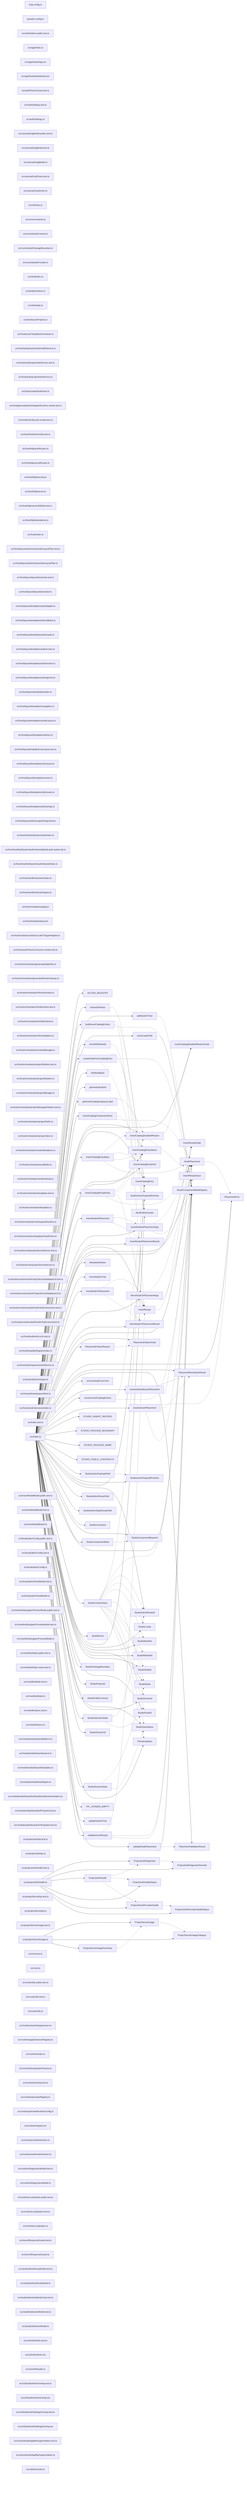
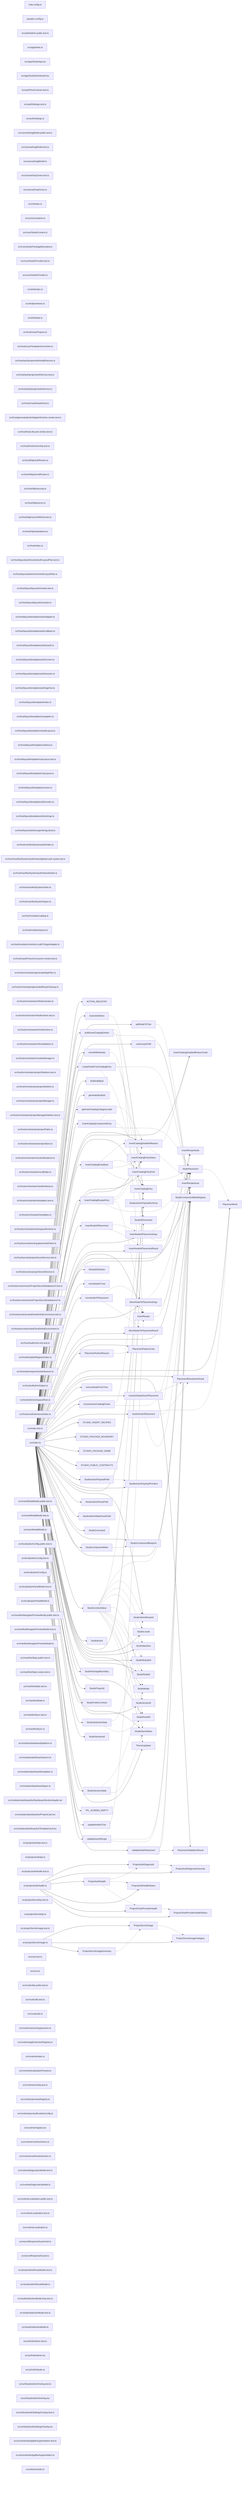
graph LR
  module_knip_config_ts["knip.config.ts"]
  module_paradox_config_ts["paradox.config.ts"]
  module_src_ankhAdmin_public_test_ts["src/ankhAdmin.public.test.ts"]
  module_src_app_index_ts["src/app/index.ts"]
  module_src_app_StudioApp_tsx["src/app/StudioApp.tsx"]
  module_src_app_StudioDashboard_tsx["src/app/StudioDashboard.tsx"]
  module_src_authFlowContract_test_ts["src/authFlowContract.test.ts"]
  module_src_authSettings_test_ts["src/authSettings.test.ts"]
  module_src_authSettings_ts["src/authSettings.ts"]
  module_src_canvasDragModel_public_test_ts["src/canvasDragModel.public.test.ts"]
  module_src_canvasDragModel_test_ts["src/canvasDragModel.test.ts"]
  module_src_canvasDragModel_ts["src/canvasDragModel.ts"]
  module_src_canvasDropZones_test_ts["src/canvasDropZones.test.ts"]
  module_src_canvasDropZones_ts["src/canvasDropZones.ts"]
  module_src_cli_index_ts["src/cli/index.ts"]
  module_src_core_constants_ts["src/core/constants.ts"]
  module_src_core_StudioContext_ts["src/core/StudioContext.ts"]
  module_src_core_studioPackageBoundary_ts["src/core/studioPackageBoundary.ts"]
+   module_src_core_StudioProvider_test_ts["src/core/StudioProvider.test.ts"]
  module_src_core_StudioProvider_ts["src/core/StudioProvider.ts"]
  module_src_dnd_index_ts["src/dnd/index.ts"]
  module_src_dnd_primitives_ts["src/dnd/primitives.ts"]
  module_src_dnd_state_ts["src/dnd/state.ts"]
  module_src_hooks_useProjects_ts["src/hooks/useProjects.ts"]
  module_src_hooks_useTemplateSummaries_ts["src/hooks/useTemplateSummaries.ts"]
  module_src_host_auth_projectAuthHealthService_ts["src/host/auth/projectAuthHealthService.ts"]
  module_src_host_auth_projectAuthService_test_ts["src/host/auth/projectAuthService.test.ts"]
  module_src_host_auth_projectAuthService_ts["src/host/auth/projectAuthService.ts"]
  module_src_host_createStudioHost_ts["src/host/createStudioHost.ts"]
  module_src_host_generatedAuthAdapterRuntime_smoke_test_ts["src/host/generatedAuthAdapterRuntime.smoke.test.ts"]
  module_src_host_hostLifecycle_smoke_test_ts["src/host/hostLifecycle.smoke.test.ts"]
  module_src_host_hostOwnership_test_ts["src/host/hostOwnership.test.ts"]
  module_src_host_http_authRoutes_ts["src/host/http/authRoutes.ts"]
  module_src_host_http_secretRoutes_ts["src/host/http/secretRoutes.ts"]
  module_src_host_http_security_ts["src/host/http/security.ts"]
  module_src_host_http_server_ts["src/host/http/server.ts"]
  module_src_host_http_serverWithSecrets_ts["src/host/http/serverWithSecrets.ts"]
  module_src_host_http_standalone_ts["src/host/http/standalone.ts"]
  module_src_host_index_ts["src/host/index.ts"]
  module_src_host_layout_auth_resolveAuthLayoutPlan_test_ts["src/host/layout/auth/resolveAuthLayoutPlan.test.ts"]
  module_src_host_layout_auth_resolveAuthLayoutPlan_ts["src/host/layout/auth/resolveAuthLayoutPlan.ts"]
  module_src_host_layout_layoutGenerator_test_ts["src/host/layout/layoutGenerator.test.ts"]
  module_src_host_layout_layoutGenerator_ts["src/host/layout/layoutGenerator.ts"]
  module_src_host_layout_templates_auth_adapter_ts["src/host/layout/templates/auth/adapter.ts"]
  module_src_host_layout_templates_auth_callback_ts["src/host/layout/templates/auth/callback.ts"]
  module_src_host_layout_templates_auth_oauth_ts["src/host/layout/templates/auth/oauth.ts"]
  module_src_host_layout_templates_auth_screen_ts["src/host/layout/templates/auth/screen.ts"]
  module_src_host_layout_templates_auth_session_ts["src/host/layout/templates/auth/session.ts"]
  module_src_host_layout_templates_auth_signOut_ts["src/host/layout/templates/auth/signOut.ts"]
  module_src_host_layout_templates_index_ts["src/host/layout/templates/index.ts"]
  module_src_host_layout_templates_navigation_ts["src/host/layout/templates/navigation.ts"]
  module_src_host_layout_templates_nestedLayout_ts["src/host/layout/templates/nestedLayout.ts"]
  module_src_host_layout_templates_redirect_ts["src/host/layout/templates/redirect.ts"]
  module_src_host_layout_templates_rootLayout_test_ts["src/host/layout/templates/rootLayout.test.ts"]
  module_src_host_layout_templates_rootLayout_ts["src/host/layout/templates/rootLayout.ts"]
  module_src_host_layout_templates_screen_ts["src/host/layout/templates/screen.ts"]
  module_src_host_layout_templates_utils_routes_ts["src/host/layout/templates/utils/routes.ts"]
  module_src_host_layout_templates_utils_strings_ts["src/host/layout/templates/utils/strings.ts"]
  module_src_host_layout_utils_escapeStringLiteral_ts["src/host/layout/utils/escapeStringLiteral.ts"]
  module_src_host_manifestSystem_auth_index_ts["src/host/manifestSystem/auth/index.ts"]
  module_src_host_manifestSystem_auth_shared_global_auth_system_tpl_ts["src/host/manifestSystem/auth/shared/global.auth.system.tpl.ts"]
  module_src_host_manifestSystem_auth_shared_index_ts["src/host/manifestSystem/auth/shared/index.ts"]
  module_src_host_manifestSystem_index_ts["src/host/manifestSystem/index.ts"]
  module_src_host_manifestSystem_types_ts["src/host/manifestSystem/types.ts"]
  module_src_host_modules_catalog_ts["src/host/modules/catalog.ts"]
  module_src_host_modules_layout_ts["src/host/modules/layout.ts"]
  module_src_host_modules_runtime_LocalFsTargetAdapter_ts["src/host/modules/runtime/LocalFsTargetAdapter.ts"]
  module_src_host_oauthFixtureConsumer_smoke_test_ts["src/host/oauthFixtureConsumer.smoke.test.ts"]
  module_src_host_orchestrator_generatedAppFiles_ts["src/host/orchestrator/generatedAppFiles.ts"]
  module_src_host_orchestrator_generatedRouteCleanup_ts["src/host/orchestrator/generatedRouteCleanup.ts"]
  module_src_host_orchestrator_infraGenerator_ts["src/host/orchestrator/infraGenerator.ts"]
  module_src_host_orchestrator_infraRuntime_test_ts["src/host/orchestrator/infraRuntime.test.ts"]
  module_src_host_orchestrator_infraRuntime_ts["src/host/orchestrator/infraRuntime.ts"]
  module_src_host_orchestrator_infraValidation_ts["src/host/orchestrator/infraValidation.ts"]
  module_src_host_orchestrator_moduleManager_ts["src/host/orchestrator/moduleManager.ts"]
  module_src_host_orchestrator_projectDeletion_test_ts["src/host/orchestrator/projectDeletion.test.ts"]
  module_src_host_orchestrator_projectDeletion_ts["src/host/orchestrator/projectDeletion.ts"]
  module_src_host_orchestrator_projectManager_ts["src/host/orchestrator/projectManager.ts"]
  module_src_host_orchestrator_projectManagerDeletion_test_ts["src/host/orchestrator/projectManagerDeletion.test.ts"]
  module_src_host_orchestrator_projectPaths_ts["src/host/orchestrator/projectPaths.ts"]
  module_src_host_orchestrator_projectStore_ts["src/host/orchestrator/projectStore.ts"]
  module_src_host_orchestrator_resolveMutations_ts["src/host/orchestrator/resolveMutations.ts"]
  module_src_host_orchestrator_scaffolder_ts["src/host/orchestrator/scaffolder.ts"]
  module_src_host_orchestrator_studioInfraUp_ts["src/host/orchestrator/studioInfraUp.ts"]
  module_src_host_orchestrator_templates_test_ts["src/host/orchestrator/templates.test.ts"]
  module_src_host_orchestrator_templates_ts["src/host/orchestrator/templates.ts"]
  module_src_host_orchestrator_workspaceRuntime_ts["src/host/orchestrator/workspaceRuntime.ts"]
  module_src_host_secrets_bunSupabaseVaultClient_ts["src/host/secrets/bunSupabaseVaultClient.ts"]
  module_src_host_secrets_projectSecretService_test_ts["src/host/secrets/projectSecretService.test.ts"]
  module_src_host_secrets_projectSecretService_ts["src/host/secrets/projectSecretService.ts"]
  module_src_host_secrets_resolveProjectSecretDatabaseUrl_test_ts["src/host/secrets/resolveProjectSecretDatabaseUrl.test.ts"]
  module_src_host_secrets_resolveProjectSecretDatabaseUrl_ts["src/host/secrets/resolveProjectSecretDatabaseUrl.ts"]
  module_src_host_secrets_trustedOAuthInfraEnvironment_test_ts["src/host/secrets/trustedOAuthInfraEnvironment.test.ts"]
  module_src_host_secrets_trustedOAuthInfraEnvironment_ts["src/host/secrets/trustedOAuthInfraEnvironment.ts"]
  module_src_host_studioInfra_e2e_test_ts["src/host/studioInfra.e2e.test.ts"]
  module_src_host_templateRegistry_index_ts["src/host/templateRegistry/index.ts"]
  module_src_host_utils_requirementsInference_ts["src/host/utils/requirementsInference.ts"]
  module_src_host_utils_trimOutput_ts["src/host/utils/trimOutput.ts"]
  module_src_host_utils_workspaceRoot_ts["src/host/utils/workspaceRoot.ts"]
  module_src_host_zoraExtensions_index_ts["src/host/zoraExtensions/index.ts"]
  module_src_index_test_ts["src/index.test.ts"]
  module_src_index_ts["src/index.ts"]
  module_src_insertModalModel_public_test_ts["src/insertModalModel.public.test.ts"]
  module_src_insertModalModel_test_ts["src/insertModalModel.test.ts"]
  module_src_insertModalModel_ts["src/insertModalModel.ts"]
  module_src_localizationConfig_public_test_ts["src/localizationConfig.public.test.ts"]
  module_src_localizationConfig_test_ts["src/localizationConfig.test.ts"]
  module_src_localizationConfig_ts["src/localizationConfig.ts"]
  module_src_localizationPanelModel_test_ts["src/localizationPanelModel.test.ts"]
  module_src_localizationPanelModel_ts["src/localizationPanelModel.ts"]
  module_src_manifestNavigatorPreviewModel_public_test_ts["src/manifestNavigatorPreviewModel.public.test.ts"]
  module_src_manifestNavigatorPreviewModel_test_ts["src/manifestNavigatorPreviewModel.test.ts"]
  module_src_manifestNavigatorPreviewModel_ts["src/manifestNavigatorPreviewModel.ts"]
  module_src_manifestState_public_test_ts["src/manifestState.public.test.ts"]
  module_src_manifestState_routes_test_ts["src/manifestState.routes.test.ts"]
  module_src_manifestState_test_ts["src/manifestState.test.ts"]
  module_src_manifestState_ts["src/manifestState.ts"]
  module_src_manifestSync_test_ts["src/manifestSync.test.ts"]
  module_src_manifestSync_ts["src/manifestSync.ts"]
  module_src_modules_dashboard_platform_ts["src/modules/dashboard/platform.ts"]
  module_src_modules_dashboard_search_ts["src/modules/dashboard/search.ts"]
  module_src_modules_dashboard_templates_ts["src/modules/dashboard/templates.ts"]
  module_src_modules_dashboard_types_ts["src/modules/dashboard/types.ts"]
  module_src_modules_dashboard_ui_DashboardSectionHeader_tsx["src/modules/dashboard/ui/DashboardSectionHeader.tsx"]
  module_src_modules_dashboard_ui_ProjectCard_tsx["src/modules/dashboard/ui/ProjectCard.tsx"]
  module_src_modules_dashboard_ui_TemplateCard_tsx["src/modules/dashboard/ui/TemplateCard.tsx"]
  module_src_projectAuthApi_test_ts["src/projectAuthApi.test.ts"]
  module_src_projectAuthApi_ts["src/projectAuthApi.ts"]
  module_src_projectAuthHealth_test_ts["src/projectAuthHealth.test.ts"]
  module_src_projectAuthHealth_ts["src/projectAuthHealth.ts"]
  module_src_projectSecretApi_test_ts["src/projectSecretApi.test.ts"]
  module_src_projectSecretApi_ts["src/projectSecretApi.ts"]
  module_src_projectSecretUsage_test_ts["src/projectSecretUsage.test.ts"]
  module_src_projectSecretUsage_ts["src/projectSecretUsage.ts"]
  module_src_root_test_ts["src/root.test.ts"]
  module_src_root_ts["src/root.ts"]
  module_src_routeUtils_public_test_ts["src/routeUtils.public.test.ts"]
  module_src_routeUtils_test_ts["src/routeUtils.test.ts"]
  module_src_routeUtils_ts["src/routeUtils.ts"]
  module_src_runtime_actionSuppression_ts["src/runtime/actionSuppression.ts"]
  module_src_runtime_appExtensionRegistry_ts["src/runtime/appExtensionRegistry.ts"]
  module_src_runtime_index_ts["src/runtime/index.ts"]
  module_src_runtime_localizationPreview_ts["src/runtime/localizationPreview.ts"]
  module_src_runtime_overlay_test_ts["src/runtime/overlay.test.ts"]
  module_src_runtime_previewRegistry_ts["src/runtime/previewRegistry.ts"]
  module_src_runtime_previewRuntimeConfig_ts["src/runtime/previewRuntimeConfig.ts"]
  module_src_runtime_registry_tsx["src/runtime/registry.tsx"]
  module_src_runtime_runtimeActions_ts["src/runtime/runtimeActions.ts"]
  module_src_runtime_useRuntimeAction_ts["src/runtime/useRuntimeAction.ts"]
  module_src_runtimeDiagnosticsModel_test_ts["src/runtimeDiagnosticsModel.test.ts"]
  module_src_runtimeDiagnosticsModel_ts["src/runtimeDiagnosticsModel.ts"]
  module_src_runtimeLocalization_public_test_ts["src/runtimeLocalization.public.test.ts"]
  module_src_runtimeLocalization_test_ts["src/runtimeLocalization.test.ts"]
  module_src_runtimeLocalization_ts["src/runtimeLocalization.ts"]
  module_src_secretResponseGuard_test_ts["src/secretResponseGuard.test.ts"]
  module_src_secretResponseGuard_ts["src/secretResponseGuard.ts"]
  module_src_studioAdminRouteModel_test_ts["src/studioAdminRouteModel.test.ts"]
  module_src_studioAdminRouteModel_ts["src/studioAdminRouteModel.ts"]
  module_src_studioSelectionModel_knip_test_ts["src/studioSelectionModel.knip.test.ts"]
  module_src_studioSelectionModel_test_ts["src/studioSelectionModel.test.ts"]
  module_src_studioSelectionModel_ts["src/studioSelectionModel.ts"]
  module_src_ui_AnkhAdmin_test_ts["src/ui/AnkhAdmin.test.ts"]
  module_src_ui_AnkhAdmin_tsx["src/ui/AnkhAdmin.tsx"]
  module_src_ui_AnkhStudio_ts["src/ui/AnkhStudio.ts"]
  module_src_ui_StudioAdminOverlay_test_ts["src/ui/StudioAdminOverlay.test.ts"]
  module_src_ui_StudioAdminOverlay_tsx["src/ui/StudioAdminOverlay.tsx"]
  module_src_ui_StudioAuthSettingsOverlay_test_ts["src/ui/StudioAuthSettingsOverlay.test.ts"]
  module_src_ui_StudioAuthSettingsOverlay_tsx["src/ui/StudioAuthSettingsOverlay.tsx"]
  module_src_ui_useStudioAppBarAugmentation_test_ts["src/ui/useStudioAppBarAugmentation.test.ts"]
  module_src_ui_useStudioAppBarAugmentation_ts["src/ui/useStudioAppBarAugmentation.ts"]
  module_src_utils_treeUtils_ts["src/utils/treeUtils.ts"]
  export_ACTION_REGISTRY["ACTION_REGISTRY"]
  module_src_index_ts --> export_ACTION_REGISTRY
  export_ActionDefinition["ActionDefinition"]
  module_src_index_ts --> export_ActionDefinition
  export_ActionDefinition -.-> export_StudioActionPayloadSchema
  export_addNodeToTree["addNodeToTree"]
  module_src_index_ts --> export_addNodeToTree
  export_addNodeToTree -.-> export_StudioComponentMetaRegistry
  export_buildInsertCatalogEntries["buildInsertCatalogEntries"]
  module_src_index_ts --> export_buildInsertCatalogEntries
  export_buildInsertCatalogEntries -.-> export_InsertCatalogEntry
  export_buildInsertCatalogEntries -.-> export_InsertRecipe
  export_buildInsertCatalogEntries -.-> export_StudioComponentMetaRegistry
  export_canAcceptChild["canAcceptChild"]
  module_src_index_ts --> export_canAcceptChild
  export_canAcceptChild -.-> export_StudioComponentMetaRegistry
  export_cloneWithNewIds["cloneWithNewIds"]
  module_src_index_ts --> export_cloneWithNewIds
  export_cloneWithNewIds -.-> export_StudioIdGenerator
  export_createNodeFromCatalogEntry["createNodeFromCatalogEntry"]
  module_src_index_ts --> export_createNodeFromCatalogEntry
  export_createNodeFromCatalogEntry -.-> export_InsertCatalogEntry
  export_createNodeFromCatalogEntry -.-> export_StudioComponentMetaRegistry
  export_createNodeFromCatalogEntry -.-> export_StudioIdGenerator
  export_findNodeById["findNodeById"]
  module_src_index_ts --> export_findNodeById
  export_generateStudioId["generateStudioId"]
  module_src_index_ts --> export_generateStudioId
  export_getInsertCatalogCategoryLabel["getInsertCatalogCategoryLabel"]
  module_src_index_ts --> export_getInsertCatalogCategoryLabel
  export_InsertCatalogComponentEntry["InsertCatalogComponentEntry"]
  module_src_index_ts --> export_InsertCatalogComponentEntry
  export_InsertCatalogComponentEntry -.-> export_InsertCatalogDisabledReason
  export_InsertCatalogComponentEntry -.-> export_InsertCatalogEntryStatus
  export_InsertCatalogComponentEntry -.-> export_NodePlacement
  export_InsertCatalogDisabledReason["InsertCatalogDisabledReason"]
  module_src_index_ts --> export_InsertCatalogDisabledReason
  export_InsertCatalogDisabledReason -.-> export_InsertCatalogDisabledReasonCode
  export_InsertCatalogDisabledReason -.-> export_InsertRecipeIssue
  export_InsertCatalogDisabledReasonCode["InsertCatalogDisabledReasonCode"]
  module_src_index_ts --> export_InsertCatalogDisabledReasonCode
  export_InsertCatalogEntry["InsertCatalogEntry"]
  module_src_index_ts --> export_InsertCatalogEntry
  export_InsertCatalogEntryBase["InsertCatalogEntryBase"]
  module_src_index_ts --> export_InsertCatalogEntryBase
  export_InsertCatalogEntryBase -.-> export_InsertCatalogDisabledReason
  export_InsertCatalogEntryBase -.-> export_InsertCatalogEntryKind
  export_InsertCatalogEntryBase -.-> export_InsertCatalogEntryStatus
  export_InsertCatalogEntryBase -.-> export_NodePlacement
  export_InsertCatalogEntryKind["InsertCatalogEntryKind"]
  module_src_index_ts --> export_InsertCatalogEntryKind
  export_InsertCatalogEntryStatus["InsertCatalogEntryStatus"]
  module_src_index_ts --> export_InsertCatalogEntryStatus
  export_InsertCatalogRecipeEntry["InsertCatalogRecipeEntry"]
  module_src_index_ts --> export_InsertCatalogRecipeEntry
  export_InsertCatalogRecipeEntry -.-> export_InsertCatalogDisabledReason
  export_InsertCatalogRecipeEntry -.-> export_InsertCatalogEntryStatus
  export_InsertCatalogRecipeEntry -.-> export_InsertRecipe
  export_InsertCatalogRecipeEntry -.-> export_NodePlacement
  export_insertNodeAtPlacement["insertNodeAtPlacement"]
  module_src_index_ts --> export_insertNodeAtPlacement
  export_insertNodeAtPlacement -.-> export_InsertNodeAtPlacementArgs
  export_insertNodeAtPlacement -.-> export_InsertNodeAtPlacementResult
  export_InsertNodeAtPlacementArgs["InsertNodeAtPlacementArgs"]
  module_src_index_ts --> export_InsertNodeAtPlacementArgs
  export_InsertNodeAtPlacementArgs -.-> export_NodePlacement
  export_InsertNodeAtPlacementArgs -.-> export_StudioComponentMetaRegistry
  export_InsertNodeAtPlacementResult["InsertNodeAtPlacementResult"]
  module_src_index_ts --> export_InsertNodeAtPlacementResult
  export_InsertRecipe["InsertRecipe"]
  module_src_index_ts --> export_InsertRecipe
  export_InsertRecipe -.-> export_InsertRecipeNode
  export_InsertRecipeIssue["InsertRecipeIssue"]
  module_src_index_ts --> export_InsertRecipeIssue
  export_InsertRecipeNode["InsertRecipeNode"]
  module_src_index_ts --> export_InsertRecipeNode
  export_ModuleDefinition["ModuleDefinition"]
  module_src_index_ts --> export_ModuleDefinition
  export_moveNodeInTree["moveNodeInTree"]
  module_src_index_ts --> export_moveNodeInTree
  export_moveNodeToPlacement["moveNodeToPlacement"]
  module_src_index_ts --> export_moveNodeToPlacement
  export_moveNodeToPlacement -.-> export_MoveNodeToPlacementArgs
  export_moveNodeToPlacement -.-> export_MoveNodeToPlacementResult
  export_MoveNodeToPlacementArgs["MoveNodeToPlacementArgs"]
  module_src_index_ts --> export_MoveNodeToPlacementArgs
  export_MoveNodeToPlacementArgs -.-> export_NodePlacement
  export_MoveNodeToPlacementArgs -.-> export_StudioComponentMetaRegistry
  export_MoveNodeToPlacementResult["MoveNodeToPlacementResult"]
  module_src_index_ts --> export_MoveNodeToPlacementResult
  export_NodePlacement["NodePlacement"]
  module_src_index_ts --> export_NodePlacement
  export_NodePlacement -.-> export_PlacementKind
  export_PlacementFailureCode["PlacementFailureCode"]
  module_src_index_ts --> export_PlacementFailureCode
  export_PlacementFailureReason["PlacementFailureReason"]
  module_src_index_ts --> export_PlacementFailureReason
  export_PlacementFailureReason -.-> export_PlacementFailureCode
  export_PlacementKind["PlacementKind"]
  module_src_index_ts --> export_PlacementKind
  export_PlacementResolutionResult["PlacementResolutionResult"]
  module_src_index_ts --> export_PlacementResolutionResult
  export_PlacementValidationResult["PlacementValidationResult"]
  module_src_index_ts --> export_PlacementValidationResult
  export_ProjectAuthDiagnostic["ProjectAuthDiagnostic"]
  module_src_projectAuthHealth_ts --> export_ProjectAuthDiagnostic
  export_ProjectAuthDiagnostic -.-> export_ProjectAuthDiagnosticSeverity
  export_ProjectAuthDiagnosticSeverity["ProjectAuthDiagnosticSeverity"]
  module_src_projectAuthHealth_ts --> export_ProjectAuthDiagnosticSeverity
  export_ProjectAuthHealth["ProjectAuthHealth"]
  module_src_projectAuthHealth_ts --> export_ProjectAuthHealth
  export_ProjectAuthHealth -.-> export_ProjectAuthDiagnostic
  export_ProjectAuthHealth -.-> export_ProjectAuthHealthStatus
  export_ProjectAuthHealth -.-> export_ProjectOAuthProviderHealth
  export_ProjectAuthHealthStatus["ProjectAuthHealthStatus"]
  module_src_projectAuthHealth_ts --> export_ProjectAuthHealthStatus
  export_ProjectOAuthProviderHealth["ProjectOAuthProviderHealth"]
  module_src_projectAuthHealth_ts --> export_ProjectOAuthProviderHealth
  export_ProjectOAuthProviderHealth -.-> export_ProjectOAuthProviderHealthStatus
  export_ProjectOAuthProviderHealthStatus["ProjectOAuthProviderHealthStatus"]
  module_src_projectAuthHealth_ts --> export_ProjectOAuthProviderHealthStatus
  export_ProjectSecretUsage["ProjectSecretUsage"]
  module_src_projectSecretUsage_ts --> export_ProjectSecretUsage
  export_ProjectSecretUsage -.-> export_ProjectSecretUsageCategory
  export_ProjectSecretUsageCategory["ProjectSecretUsageCategory"]
  module_src_projectSecretUsage_ts --> export_ProjectSecretUsageCategory
  export_ProjectSecretUsageSummary["ProjectSecretUsageSummary"]
  module_src_projectSecretUsage_ts --> export_ProjectSecretUsageSummary
  export_ProjectSecretUsageSummary -.-> export_ProjectSecretUsage
  export_removeNodeFromTree["removeNodeFromTree"]
  module_src_index_ts --> export_removeNodeFromTree
  export_resolveDefaultInsertPlacement["resolveDefaultInsertPlacement"]
  module_src_index_ts --> export_resolveDefaultInsertPlacement
  export_resolveDefaultInsertPlacement -.-> export_PlacementResolutionResult
  export_resolveDefaultInsertPlacement -.-> export_StudioComponentMetaRegistry
  export_resolveInsertCatalogEntries["resolveInsertCatalogEntries"]
  module_src_index_ts --> export_resolveInsertCatalogEntries
  export_resolveInsertCatalogEntries -.-> export_InsertCatalogEntry
  export_resolveInsertCatalogEntries -.-> export_StudioComponentMetaRegistry
  export_resolveInsertPlacement["resolveInsertPlacement"]
  module_src_index_ts --> export_resolveInsertPlacement
  export_resolveInsertPlacement -.-> export_PlacementKind
  export_resolveInsertPlacement -.-> export_PlacementResolutionResult
  export_resolveInsertPlacement -.-> export_StudioComponentMetaRegistry
  export_STUDIO_INSERT_RECIPES["STUDIO_INSERT_RECIPES"]
  module_src_index_ts --> export_STUDIO_INSERT_RECIPES
  export_STUDIO_PACKAGE_BOUNDARY["STUDIO_PACKAGE_BOUNDARY"]
  module_src_index_ts --> export_STUDIO_PACKAGE_BOUNDARY
  export_STUDIO_PACKAGE_NAME["STUDIO_PACKAGE_NAME"]
  module_src_index_ts --> export_STUDIO_PACKAGE_NAME
  export_STUDIO_PUBLIC_CONTRACTS["STUDIO_PUBLIC_CONTRACTS"]
  module_src_index_ts --> export_STUDIO_PUBLIC_CONTRACTS
  export_StudioActionPayloadField["StudioActionPayloadField"]
  module_src_index_ts --> export_StudioActionPayloadField
  export_StudioActionPayloadField -.-> export_StudioActionPayloadPrimitive
  export_StudioActionPayloadPrimitive["StudioActionPayloadPrimitive"]
  module_src_index_ts --> export_StudioActionPayloadPrimitive
  export_StudioActionPayloadSchema["StudioActionPayloadSchema"]
  module_src_index_ts --> export_StudioActionPayloadSchema
  export_StudioAdminRouteId["StudioAdminRouteId"]
  module_src_index_ts --> export_StudioAdminRouteId
  export_StudioAdminRoutePath["StudioAdminRoutePath"]
  module_src_index_ts --> export_StudioAdminRoutePath
  export_StudioAdminStaticRoutePath["StudioAdminStaticRoutePath"]
  module_src_index_ts --> export_StudioAdminStaticRoutePath
  export_StudioCommand["StudioCommand"]
  module_src_index_ts --> export_StudioCommand
  export_StudioComponentBlueprint["StudioComponentBlueprint"]
  module_src_index_ts --> export_StudioComponentBlueprint
  export_StudioComponentMeta["StudioComponentMeta"]
  module_src_index_ts --> export_StudioComponentMeta
  export_StudioComponentMeta -.-> export_StudioComponentBlueprint
  export_StudioComponentMetaRegistry["StudioComponentMetaRegistry"]
  module_src_index_ts --> export_StudioComponentMetaRegistry
  export_StudioContextValue["StudioContextValue"]
  module_src_index_ts --> export_StudioContextValue
  export_StudioContextValue -.-> export_InsertCatalogEntry
  export_StudioContextValue -.-> export_NodePlacement
  export_StudioContextValue -.-> export_StudioAdminRouteId
  export_StudioContextValue -.-> export_StudioLocale
  export_StudioContextValue -.-> export_StudioManifest
  export_StudioContextValue -.-> export_StudioMode
  export_StudioContextValue -.-> export_StudioModuleId
  export_StudioContextValue -.-> export_StudioNodeId
  export_StudioContextValue -.-> export_StudioPanelId
  export_StudioContextValue -.-> export_StudioSaveStatus
  export_StudioContextValue -.-> export_StudioScreenId
  export_StudioContextValue -.-> export_ThemeUpdates
  export_StudioEvent["StudioEvent"]
  module_src_index_ts --> export_StudioEvent
  export_StudioIdGenerator["StudioIdGenerator"]
  module_src_index_ts --> export_StudioIdGenerator
  export_StudioLocale["StudioLocale"]
  module_src_index_ts --> export_StudioLocale
  export_StudioManifest["StudioManifest"]
  module_src_index_ts --> export_StudioManifest
  export_StudioMode["StudioMode"]
  module_src_index_ts --> export_StudioMode
  export_StudioModuleId["StudioModuleId"]
  module_src_index_ts --> export_StudioModuleId
  export_StudioNodeId["StudioNodeId"]
  module_src_index_ts --> export_StudioNodeId
  export_StudioPackageBoundary["StudioPackageBoundary"]
  module_src_index_ts --> export_StudioPackageBoundary
  export_StudioPanelId["StudioPanelId"]
  module_src_index_ts --> export_StudioPanelId
  export_StudioProjectId["StudioProjectId"]
  module_src_index_ts --> export_StudioProjectId
  export_StudioPublicContract["StudioPublicContract"]
  module_src_index_ts --> export_StudioPublicContract
  export_StudioSaveStatus["StudioSaveStatus"]
  module_src_index_ts --> export_StudioSaveStatus
  export_StudioScreenId["StudioScreenId"]
  module_src_index_ts --> export_StudioScreenId
  export_StudioSelectionState["StudioSelectionState"]
  module_src_index_ts --> export_StudioSelectionState
  export_StudioSelectionState -.-> export_StudioAdminRouteId
  export_StudioSelectionState -.-> export_StudioPanelId
  export_StudioSessionId["StudioSessionId"]
  module_src_index_ts --> export_StudioSessionId
  export_StudioSessionState["StudioSessionState"]
  module_src_index_ts --> export_StudioSessionState
  export_StudioSessionState -.-> export_StudioMode
  export_StudioSessionState -.-> export_StudioSaveStatus
  export_ThemeUpdates["ThemeUpdates"]
  module_src_index_ts --> export_ThemeUpdates
  export_TPL_SCREEN_EMPTY["TPL_SCREEN_EMPTY"]
  module_src_index_ts --> export_TPL_SCREEN_EMPTY
  export_updateNodeInTree["updateNodeInTree"]
  module_src_index_ts --> export_updateNodeInTree
  export_validateInsertRecipe["validateInsertRecipe"]
  module_src_index_ts --> export_validateInsertRecipe
  export_validateInsertRecipe -.-> export_InsertRecipe
  export_validateInsertRecipe -.-> export_InsertRecipeIssue
  export_validateInsertRecipe -.-> export_StudioComponentMetaRegistry
  export_validateNodePlacement["validateNodePlacement"]
  module_src_index_ts --> export_validateNodePlacement
  export_validateNodePlacement -.-> export_NodePlacement
  export_validateNodePlacement -.-> export_PlacementValidationResult
  export_validateNodePlacement -.-> export_StudioComponentMetaRegistry
